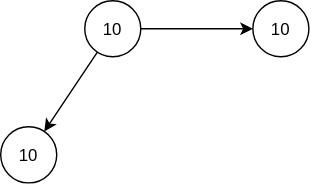
Before: База/Структуры данных/2. Быстро находить данные и проверять условия/2.3. Проверять принадлежность и уникальность/Множество (Set)/avl-tree.drawio.svg, a diagram exported from draw.io (kosukhin/catalog). Source tidied: cells renumbered, new cells last; positions are measured from the earlier drawing's top-left corner, leaving out a move shared by most shapes. Source of this version:
```xml
<mxGraphModel>
  <root>
    <mxCell id="0" />
    <mxCell id="1" parent="0" />
    <mxCell id="2" value="10" style="ellipse;whiteSpace=wrap;html=1;shapeInside=1;" parent="1" vertex="1">
      <mxGeometry x="60" width="40" height="40" as="geometry" />
    </mxCell>
    <mxCell id="3" style="edgeStyle=none;html=1;" parent="1" edge="1" source="2" target="4">
      <mxGeometry relative="1" as="geometry" />
    </mxCell>
    <mxCell id="4" value="10" style="ellipse;whiteSpace=wrap;html=1;shapeInside=1;" parent="1" vertex="1">
      <mxGeometry y="90" width="40" height="40" as="geometry" />
    </mxCell>
    <mxCell id="5" style="edgeStyle=none;html=1;" parent="1" edge="1" source="2" target="6">
      <mxGeometry relative="1" as="geometry" />
    </mxCell>
    <mxCell id="6" value="10" style="ellipse;whiteSpace=wrap;html=1;shapeInside=1;" parent="1" vertex="1">
      <mxGeometry x="180" width="40" height="40" as="geometry" />
    </mxCell>
  </root>
</mxGraphModel>
```
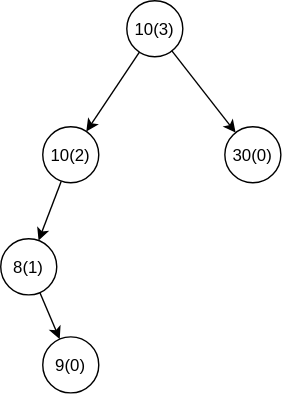
After the commit.

What changed in the source:
```diff
@@ -2,20 +2,32 @@
   <root>
     <mxCell id="0" />
     <mxCell id="1" parent="0" />
-    <mxCell id="2" value="10" style="ellipse;whiteSpace=wrap;html=1;shapeInside=1;" parent="1" vertex="1">
+    <mxCell id="2" value="10(3)" style="ellipse;whiteSpace=wrap;html=1;shapeInside=1;" parent="1" vertex="1">
       <mxGeometry x="60" width="40" height="40" as="geometry" />
     </mxCell>
     <mxCell id="3" style="edgeStyle=none;html=1;" parent="1" edge="1" source="2" target="4">
       <mxGeometry relative="1" as="geometry" />
     </mxCell>
-    <mxCell id="4" value="10" style="ellipse;whiteSpace=wrap;html=1;shapeInside=1;" parent="1" vertex="1">
+    <mxCell id="4" value="10(2)" style="ellipse;whiteSpace=wrap;html=1;shapeInside=1;" parent="1" vertex="1">
       <mxGeometry y="90" width="40" height="40" as="geometry" />
     </mxCell>
     <mxCell id="5" style="edgeStyle=none;html=1;" parent="1" edge="1" source="2" target="6">
       <mxGeometry relative="1" as="geometry" />
     </mxCell>
-    <mxCell id="6" value="10" style="ellipse;whiteSpace=wrap;html=1;shapeInside=1;" parent="1" vertex="1">
-      <mxGeometry x="180" width="40" height="40" as="geometry" />
+    <mxCell id="6" value="30(0)&lt;div&gt;&lt;br&gt;&lt;/div&gt;" style="ellipse;whiteSpace=wrap;html=1;shapeInside=1;" parent="1" vertex="1">
+      <mxGeometry x="130" y="90" width="40" height="40" as="geometry" />
     </mxCell>
+    <mxCell id="7" style="edgeStyle=none;html=1;" parent="1" edge="1" source="4" target="8">
+      <mxGeometry relative="1" as="geometry" />
+    </mxCell>
+    <mxCell id="8" value="8(1)&lt;div&gt;&lt;br&gt;&lt;/div&gt;" style="ellipse;whiteSpace=wrap;html=1;shapeInside=1;" parent="1" vertex="1">
+      <mxGeometry x="-30" y="170" width="40" height="40" as="geometry" />
+    </mxCell>
+    <mxCell id="9" style="edgeStyle=none;html=1;" parent="1" edge="1" source="8" target="10">
+      <mxGeometry relative="1" as="geometry" />
+    </mxCell>
+    <mxCell id="10" value="9(0)" style="ellipse;whiteSpace=wrap;html=1;shapeInside=1;" parent="1" vertex="1">
+      <mxGeometry y="240" width="40" height="40" as="geometry" />
+    </mxCell>
   </root>
 </mxGraphModel>
```
